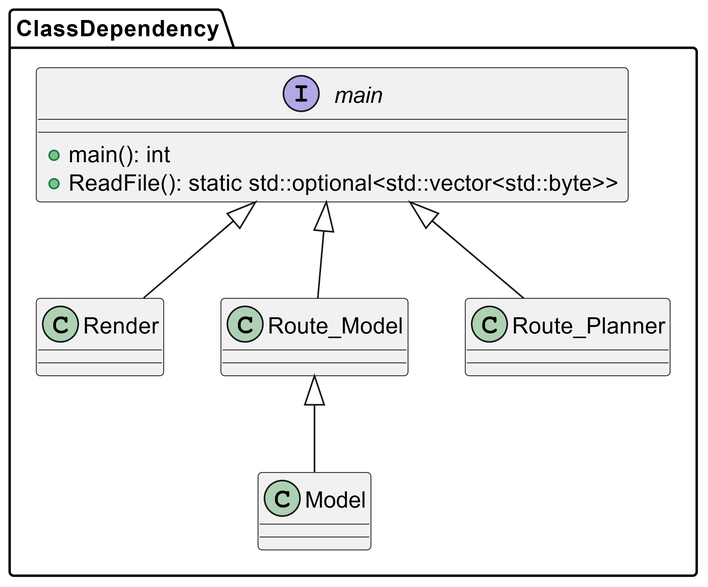
The PlantUML diagram C2_CppFoundations/Project/01_Design/01_ClassDiagram/ClassDependency.png in DungNguyenCoding/udacity_cpp_course, before a commit. Its source is kept beside it as C2_CppFoundations/Project/01_Design/01_ClassDiagram/ClassDependency.pu.
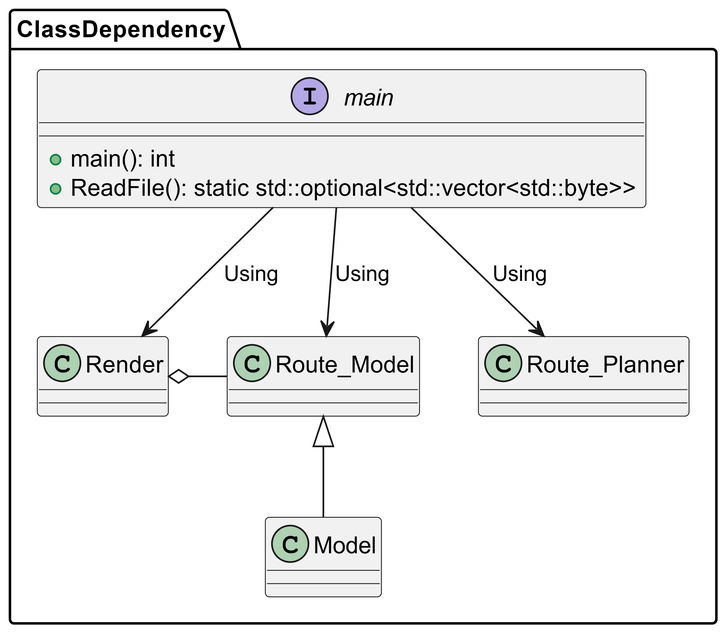
After the commit.

The edit, as a diff of the source:
```diff
@@ -14,10 +14,11 @@
 
     class Route_Planner{}
 
-    main <|-- Render
-    main <|-- Route_Model
-    main <|-- Route_Planner
+    main --> Render: Using
+    main --> Route_Model: Using
+    main --> Route_Planner: Using
 
     Route_Model <|-- Model
+    Render o--right-- Route_Model
 }
 @enduml
```
